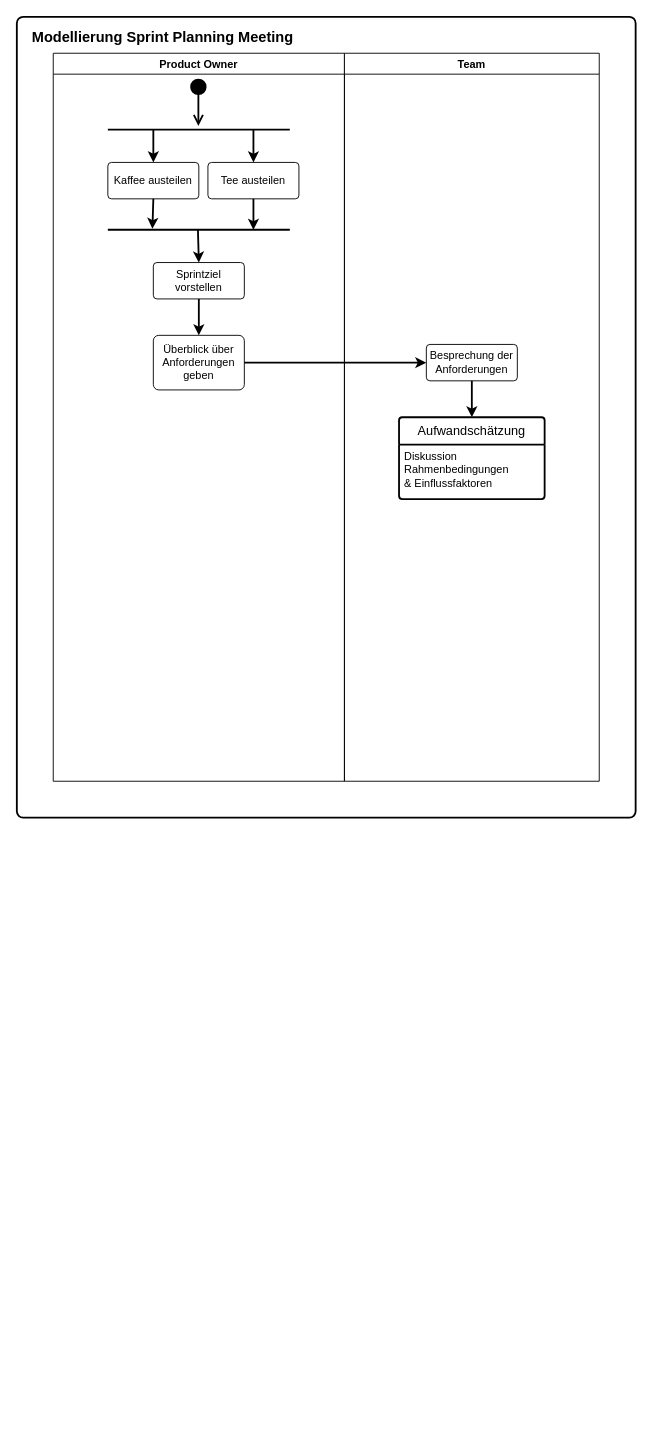
The draw.io diagram Uebung3/Aufgabe3.2.drawio in Software-Engineering-Team-HBRS/uebungsaufgaben, before the edit. Source tidied: cells renumbered, new cells numbered last; positions are measured from the earlier drawing's top-left corner, leaving out a move shared by most shapes. Both pictures are drawn from the tidied source at 91%, with x=0, y=0 at pixel (16, 16).
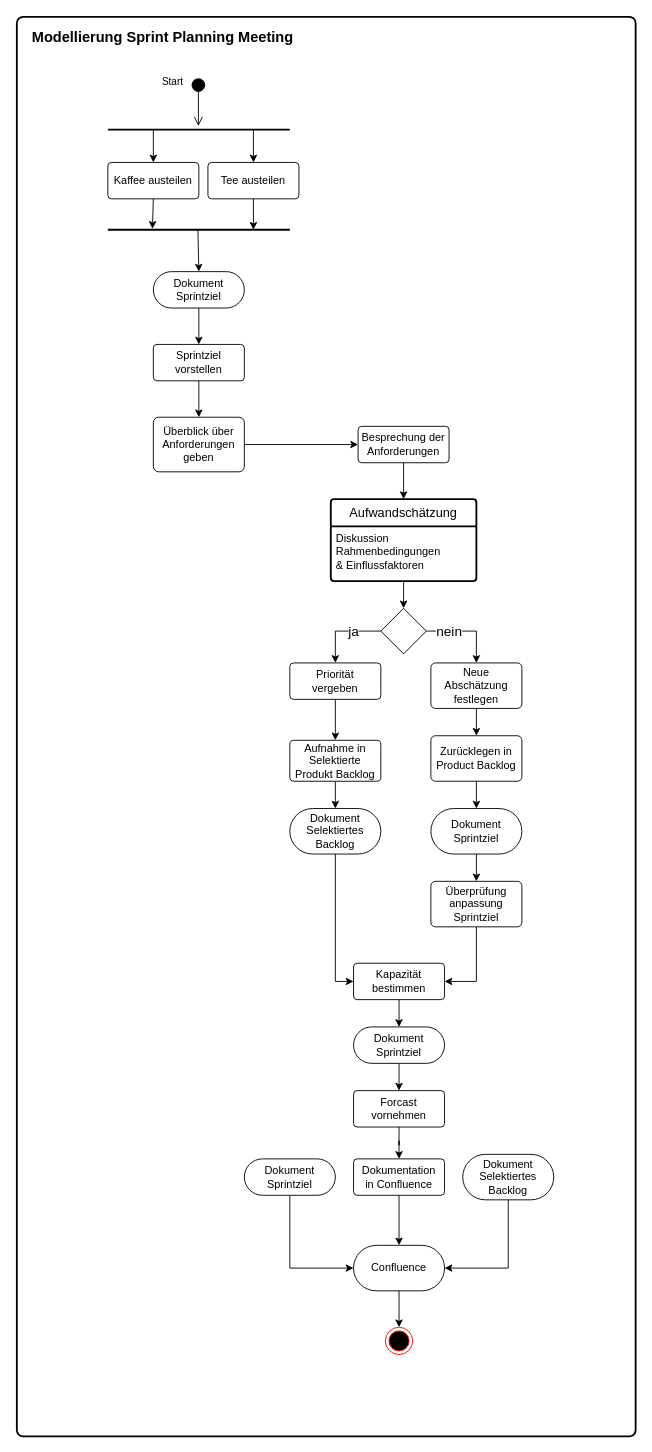
After the change.

What changed in the source:
```diff
@@
     <mxCell id="2" style="rounded=1;whiteSpace=wrap;html=1;absoluteArcSize=1;arcSize=14;strokeWidth=2;fillColor=none;" parent="1" vertex="1">
-      <mxGeometry width="680" height="880" as="geometry" />
+      <mxGeometry width="680" height="1560" as="geometry" />
     </mxCell>
-    <mxCell id="3" value="Product Owner" style="swimlane;" parent="1" vertex="1">
-      <mxGeometry x="40" y="40" width="320" height="800" as="geometry" />
-    </mxCell>
+    <mxCell id="12" value="&lt;font style=&quot;font-size: 16px;&quot;&gt;Modellierung Sprint Planning Meeting&lt;/font&gt;" style="text;strokeColor=none;fillColor=none;html=1;fontSize=24;fontStyle=1;verticalAlign=middle;align=center;" parent="1" vertex="1">
+      <mxGeometry x="110" width="100" height="40" as="geometry" />
+    </mxCell>
+    <mxCell id="13" value="Tee austeilen" style="rounded=1;arcSize=10;whiteSpace=wrap;html=1;align=center;" parent="1" vertex="1">
+      <mxGeometry x="210" y="160" width="100" height="40" as="geometry" />
+    </mxCell>
+    <mxCell id="14" style="endArrow=classic;html=1;rounded=0;entryX=0.5;entryY=0;entryDx=0;entryDy=0;strokeWidth=1;exitX=0.8;exitY=0.5;exitDx=0;exitDy=0;exitPerimeter=0;" parent="1" edge="1" source="9" target="13">
+      <mxGeometry relative="1" as="geometry" />
+    </mxCell>
+    <mxCell id="15" style="endArrow=classic;html=1;rounded=0;strokeWidth=1;exitX=0.5;exitY=1;exitDx=0;exitDy=0;entryX=0.8;entryY=0.5;entryDx=0;entryDy=0;entryPerimeter=0;" parent="1" edge="1" source="13" target="6">
+      <mxGeometry relative="1" as="geometry" />
+    </mxCell>
+    <mxCell id="17" value="&lt;div&gt;Überblick über &lt;br&gt;&lt;/div&gt;&lt;div&gt;Anforderungen&lt;/div&gt;&lt;div&gt;geben&lt;/div&gt;" style="rounded=1;arcSize=10;whiteSpace=wrap;html=1;align=center;" parent="1" vertex="1">
+      <mxGeometry x="150" y="440" width="100" height="60" as="geometry" />
+    </mxCell>
+    <mxCell id="18" style="endArrow=classic;html=1;rounded=0;strokeWidth=1;exitX=0.5;exitY=1;exitDx=0;exitDy=0;entryX=0.5;entryY=0;entryDx=0;entryDy=0;" parent="1" edge="1" source="10" target="17">
+      <mxGeometry relative="1" as="geometry" />
+    </mxCell>
+    <mxCell id="19" value="&lt;div&gt;Besprechung der&lt;/div&gt;&lt;div&gt;Anforderungen&lt;/div&gt;" style="rounded=1;arcSize=10;whiteSpace=wrap;html=1;align=center;" parent="1" vertex="1">
+      <mxGeometry x="375" y="450" width="100" height="40" as="geometry" />
+    </mxCell>
+    <mxCell id="20" style="endArrow=classic;html=1;rounded=0;strokeWidth=1;exitX=1;exitY=0.5;exitDx=0;exitDy=0;entryX=0;entryY=0.5;entryDx=0;entryDy=0;" parent="1" edge="1" source="17" target="19">
+      <mxGeometry relative="1" as="geometry" />
+    </mxCell>
+    <mxCell id="21" style="endArrow=classic;html=1;rounded=0;strokeWidth=1;exitX=0.5;exitY=1;exitDx=0;exitDy=0;entryX=0.5;entryY=0;entryDx=0;entryDy=0;" parent="1" edge="1" source="19">
+      <mxGeometry relative="1" as="geometry">
+        <mxPoint x="425" y="530" as="targetPoint" />
+      </mxGeometry>
+    </mxCell>
+    <mxCell id="22" value="Aufwandschätzung" style="swimlane;horizontal=1;startSize=30;rounded=1;fontSize=14;fontStyle=0;strokeWidth=2;shadow=0;dashed=0;align=center;arcSize=4;whiteSpace=wrap;html=1;" parent="1" vertex="1">
+      <mxGeometry x="345" y="530" width="160" height="90" as="geometry" />
+    </mxCell>
+    <mxCell id="23" value="&lt;div&gt;Diskussion&lt;/div&gt;&lt;div&gt;Rahmenbedingungen&lt;/div&gt;&lt;div&gt;&amp;amp; Einflussfaktoren&lt;/div&gt;" style="align=left;strokeColor=none;fillColor=none;spacingLeft=4;spacingRight=4;fontSize=12;verticalAlign=top;html=1;whiteSpace=wrap;" parent="22" vertex="1">
+      <mxGeometry y="30" width="160" height="60" as="geometry" />
+    </mxCell>
+    <mxCell id="24" style="endArrow=classic;html=1;rounded=0;strokeWidth=1;exitX=0.5;exitY=1;exitDx=0;exitDy=0;entryX=0.5;entryY=0;entryDx=0;entryDy=0;" parent="1" edge="1" source="23" target="29">
+      <mxGeometry relative="1" as="geometry" />
+    </mxCell>
+    <mxCell id="25" style="edgeStyle=orthogonalEdgeStyle;rounded=0;jettySize=auto;html=1;exitX=0.5;exitY=1;exitDx=0;exitDy=0;entryX=1;entryY=0.5;entryDx=0;entryDy=0;" parent="1" edge="1" source="26" target="45">
+      <mxGeometry relative="1" as="geometry" />
+    </mxCell>
+    <mxCell id="26" value="&lt;div&gt;Überprüfung anpassung&lt;/div&gt;&lt;div&gt;Sprintziel&lt;/div&gt;" style="rounded=1;arcSize=10;whiteSpace=wrap;html=1;align=center;" parent="1" vertex="1">
+      <mxGeometry x="455" y="950" width="100" height="50" as="geometry" />
+    </mxCell>
+    <mxCell id="27" value="ja" style="edgeStyle=orthogonalEdgeStyle;rounded=0;jettySize=auto;html=1;exitX=0;exitY=0.5;exitDx=0;exitDy=0;entryX=0.5;entryY=0;entryDx=0;entryDy=0;fontSize=15;" parent="1" edge="1" source="29" target="31">
+      <mxGeometry x="-0.29" relative="1" as="geometry" />
+    </mxCell>
+    <mxCell id="28" value="&lt;font style=&quot;font-size: 15px;&quot;&gt;nein&lt;/font&gt;" style="edgeStyle=orthogonalEdgeStyle;rounded=0;jettySize=auto;html=1;exitX=1;exitY=0.5;exitDx=0;exitDy=0;entryX=0.5;entryY=0;entryDx=0;entryDy=0;" parent="1" edge="1" source="29" target="33">
+      <mxGeometry x="-0.44" relative="1" as="geometry" />
+    </mxCell>
+    <mxCell id="29" style="rhombus;whiteSpace=wrap;html=1;" parent="1" vertex="1">
+      <mxGeometry x="400" y="650" width="50" height="50" as="geometry" />
+    </mxCell>
+    <mxCell id="30" style="edgeStyle=orthogonalEdgeStyle;rounded=0;jettySize=auto;html=1;exitX=0.5;exitY=1;exitDx=0;exitDy=0;entryX=0.5;entryY=0;entryDx=0;entryDy=0;" parent="1" edge="1" source="31" target="37">
+      <mxGeometry relative="1" as="geometry" />
+    </mxCell>
+    <mxCell id="31" value="&lt;div&gt;Priorität&lt;/div&gt;&lt;div&gt;vergeben&lt;/div&gt;" style="rounded=1;arcSize=10;whiteSpace=wrap;html=1;align=center;" parent="1" vertex="1">
+      <mxGeometry x="300" y="710" width="100" height="40" as="geometry" />
+    </mxCell>
+    <mxCell id="32" style="edgeStyle=orthogonalEdgeStyle;rounded=0;jettySize=auto;html=1;exitX=0.5;exitY=1;exitDx=0;exitDy=0;entryX=0.5;entryY=0;entryDx=0;entryDy=0;" parent="1" edge="1" source="33" target="35">
+      <mxGeometry relative="1" as="geometry" />
+    </mxCell>
+    <mxCell id="33" value="Neue Abschätzung festlegen" style="rounded=1;arcSize=10;whiteSpace=wrap;html=1;align=center;" parent="1" vertex="1">
+      <mxGeometry x="455" y="710" width="100" height="50" as="geometry" />
+    </mxCell>
+    <mxCell id="34" style="edgeStyle=orthogonalEdgeStyle;rounded=0;jettySize=auto;html=1;exitX=0.5;exitY=1;exitDx=0;exitDy=0;" parent="1" edge="1" source="35">
+      <mxGeometry relative="1" as="geometry">
+        <mxPoint x="505" y="870" as="targetPoint" />
+      </mxGeometry>
+    </mxCell>
+    <mxCell id="35" value="Zurücklegen in Product Backlog" style="rounded=1;arcSize=10;whiteSpace=wrap;html=1;align=center;" parent="1" vertex="1">
+      <mxGeometry x="455" y="790" width="100" height="50" as="geometry" />
+    </mxCell>
-    <mxCell id="4" value="Kaffee austeilen" style="rounded=1;arcSize=10;whiteSpace=wrap;html=1;align=center;" parent="3" vertex="1">
-      <mxGeometry x="60" y="120" width="100" height="40" as="geometry" />
+    <mxCell id="4" value="Kaffee austeilen" style="rounded=1;arcSize=10;whiteSpace=wrap;html=1;align=center;" parent="1" vertex="1">
+      <mxGeometry x="100" y="160" width="100" height="40" as="geometry" />
     </mxCell>
-    <mxCell id="5" style="endArrow=classic;html=1;rounded=0;entryX=0.5;entryY=0;entryDx=0;entryDy=0;exitX=0.25;exitY=0.5;exitDx=0;exitDy=0;exitPerimeter=0;strokeWidth=2;" parent="3" edge="1" source="9" target="4">
+    <mxCell id="5" style="endArrow=classic;html=1;rounded=0;entryX=0.5;entryY=0;entryDx=0;entryDy=0;exitX=0.25;exitY=0.5;exitDx=0;exitDy=0;exitPerimeter=0;strokeWidth=1;" parent="1" edge="1" source="9" target="4">
       <mxGeometry relative="1" as="geometry" />
     </mxCell>
-    <mxCell id="6" style="line;strokeWidth=2;fillColor=none;align=left;verticalAlign=middle;spacingTop=-1;spacingLeft=3;spacingRight=3;labelPosition=right;points=[];portConstraint=eastwest;strokeColor=inherit;" parent="3" vertex="1">
-      <mxGeometry x="60" y="190" width="200" height="8" as="geometry" />
+    <mxCell id="6" style="line;strokeWidth=2;fillColor=none;align=left;verticalAlign=middle;spacingTop=-1;spacingLeft=3;spacingRight=3;labelPosition=right;points=[];portConstraint=eastwest;strokeColor=inherit;" parent="1" vertex="1">
+      <mxGeometry x="100" y="230" width="200" height="8" as="geometry" />
     </mxCell>
-    <mxCell id="7" style="endArrow=classic;html=1;rounded=0;strokeWidth=2;exitX=0.5;exitY=1;exitDx=0;exitDy=0;entryX=0.245;entryY=0.375;entryDx=0;entryDy=0;entryPerimeter=0;" parent="3" edge="1" source="4" target="6">
+    <mxCell id="7" style="endArrow=classic;html=1;rounded=0;strokeWidth=1;exitX=0.5;exitY=1;exitDx=0;exitDy=0;entryX=0.245;entryY=0.375;entryDx=0;entryDy=0;entryPerimeter=0;" parent="1" edge="1" source="4" target="6">
       <mxGeometry relative="1" as="geometry" />
     </mxCell>
-    <mxCell id="8" style="html=1;verticalAlign=bottom;startArrow=circle;startFill=1;endArrow=open;startSize=6;endSize=8;curved=0;rounded=0;entryX=0.5;entryY=0.375;entryDx=0;entryDy=0;entryPerimeter=0;jumpSize=10;strokeWidth=2;" parent="3" edge="1">
-      <mxGeometry relative="1" as="geometry">
-        <mxPoint x="159.5" y="27" as="sourcePoint" />
-        <mxPoint x="159.5" y="80" as="targetPoint" />
+    <mxCell id="8" value="Start" style="html=1;verticalAlign=bottom;startArrow=circle;startFill=1;endArrow=open;startSize=6;endSize=8;curved=0;rounded=0;entryX=0.5;entryY=0.375;entryDx=0;entryDy=0;entryPerimeter=0;jumpSize=10;strokeWidth=1;" parent="1" edge="1">
+      <mxGeometry x="-0.51" y="-29" relative="1" as="geometry">
+        <mxPoint x="199.5" y="67" as="sourcePoint" />
+        <mxPoint x="199.5" y="120" as="targetPoint" />
       </mxGeometry>
     </mxCell>
-    <mxCell id="9" style="line;strokeWidth=2;fillColor=none;align=left;verticalAlign=middle;spacingTop=-1;spacingLeft=3;spacingRight=3;labelPosition=right;points=[];portConstraint=eastwest;strokeColor=inherit;" parent="3" vertex="1">
-      <mxGeometry x="60" y="80" width="200" height="8" as="geometry" />
+    <mxCell id="9" style="line;strokeWidth=2;fillColor=none;align=left;verticalAlign=middle;spacingTop=-1;spacingLeft=3;spacingRight=3;labelPosition=right;points=[];portConstraint=eastwest;strokeColor=inherit;" parent="1" vertex="1">
+      <mxGeometry x="100" y="120" width="200" height="8" as="geometry" />
     </mxCell>
-    <mxCell id="10" value="Sprintziel vorstellen" style="rounded=1;arcSize=10;whiteSpace=wrap;html=1;align=center;" parent="3" vertex="1">
-      <mxGeometry x="110" y="230" width="100" height="40" as="geometry" />
+    <mxCell id="10" value="Sprintziel vorstellen" style="rounded=1;arcSize=10;whiteSpace=wrap;html=1;align=center;" parent="1" vertex="1">
+      <mxGeometry x="150" y="360" width="100" height="40" as="geometry" />
     </mxCell>
-    <mxCell id="11" style="endArrow=classic;html=1;rounded=0;strokeWidth=2;exitX=0.495;exitY=0.5;exitDx=0;exitDy=0;exitPerimeter=0;entryX=0.5;entryY=0;entryDx=0;entryDy=0;" parent="3" edge="1" source="6" target="10">
-      <mxGeometry relative="1" as="geometry" />
+    <mxCell id="11" style="endArrow=classic;html=1;rounded=0;strokeWidth=1;exitX=0.495;exitY=0.5;exitDx=0;exitDy=0;exitPerimeter=0;" parent="1" edge="1" source="6">
+      <mxGeometry relative="1" as="geometry">
+        <mxPoint x="200" y="280" as="targetPoint" />
+      </mxGeometry>
     </mxCell>
-    <mxCell id="12" value="&lt;font style=&quot;font-size: 16px;&quot;&gt;Modellierung Sprint Planning Meeting&lt;/font&gt;" style="text;strokeColor=none;fillColor=none;html=1;fontSize=24;fontStyle=1;verticalAlign=middle;align=center;" parent="1" vertex="1">
-      <mxGeometry x="110" width="100" height="40" as="geometry" />
-    </mxCell>
-    <mxCell id="13" value="Tee austeilen" style="rounded=1;arcSize=10;whiteSpace=wrap;html=1;align=center;" parent="1" vertex="1">
-      <mxGeometry x="210" y="160" width="100" height="40" as="geometry" />
-    </mxCell>
-    <mxCell id="14" style="endArrow=classic;html=1;rounded=0;entryX=0.5;entryY=0;entryDx=0;entryDy=0;strokeWidth=2;exitX=0.8;exitY=0.5;exitDx=0;exitDy=0;exitPerimeter=0;" parent="1" edge="1" source="9" target="13">
-      <mxGeometry relative="1" as="geometry" />
-    </mxCell>
-    <mxCell id="15" style="endArrow=classic;html=1;rounded=0;strokeWidth=2;exitX=0.5;exitY=1;exitDx=0;exitDy=0;entryX=0.8;entryY=0.5;entryDx=0;entryDy=0;entryPerimeter=0;" parent="1" edge="1" source="13" target="6">
-      <mxGeometry relative="1" as="geometry" />
-    </mxCell>
-    <mxCell id="16" value="Team" style="swimlane;" parent="1" vertex="1">
-      <mxGeometry x="360" y="40" width="280" height="800" as="geometry" />
-    </mxCell>
-    <mxCell id="17" value="&lt;div&gt;Überblick über &lt;br&gt;&lt;/div&gt;&lt;div&gt;Anforderungen&lt;/div&gt;&lt;div&gt;geben&lt;/div&gt;" style="rounded=1;arcSize=10;whiteSpace=wrap;html=1;align=center;" parent="1" vertex="1">
-      <mxGeometry x="150" y="350" width="100" height="60" as="geometry" />
-    </mxCell>
-    <mxCell id="18" style="endArrow=classic;html=1;rounded=0;strokeWidth=2;exitX=0.5;exitY=1;exitDx=0;exitDy=0;entryX=0.5;entryY=0;entryDx=0;entryDy=0;" parent="1" edge="1" source="10" target="17">
-      <mxGeometry relative="1" as="geometry" />
-    </mxCell>
-    <mxCell id="19" value="&lt;div&gt;Besprechung der&lt;/div&gt;&lt;div&gt;Anforderungen&lt;/div&gt;" style="rounded=1;arcSize=10;whiteSpace=wrap;html=1;align=center;" parent="1" vertex="1">
-      <mxGeometry x="450" y="360" width="100" height="40" as="geometry" />
-    </mxCell>
-    <mxCell id="20" style="endArrow=classic;html=1;rounded=0;strokeWidth=2;exitX=1;exitY=0.5;exitDx=0;exitDy=0;entryX=0;entryY=0.5;entryDx=0;entryDy=0;" parent="1" edge="1" source="17" target="19">
-      <mxGeometry relative="1" as="geometry" />
-    </mxCell>
-    <mxCell id="21" style="endArrow=classic;html=1;rounded=0;strokeWidth=2;exitX=0.5;exitY=1;exitDx=0;exitDy=0;entryX=0.5;entryY=0;entryDx=0;entryDy=0;" parent="1" edge="1" source="19">
-      <mxGeometry relative="1" as="geometry">
-        <mxPoint x="500" y="440" as="targetPoint" />
-      </mxGeometry>
-    </mxCell>
-    <mxCell id="22" value="Aufwandschätzung" style="swimlane;horizontal=1;startSize=30;rounded=1;fontSize=14;fontStyle=0;strokeWidth=2;shadow=0;dashed=0;align=center;arcSize=4;whiteSpace=wrap;html=1;" parent="1" vertex="1">
-      <mxGeometry x="420" y="440" width="160" height="90" as="geometry" />
-    </mxCell>
-    <mxCell id="23" value="&lt;div&gt;Diskussion&lt;/div&gt;&lt;div&gt;Rahmenbedingungen&lt;/div&gt;&lt;div&gt;&amp;amp; Einflussfaktoren&lt;/div&gt;" style="align=left;strokeColor=none;fillColor=none;spacingLeft=4;spacingRight=4;fontSize=12;verticalAlign=top;html=1;whiteSpace=wrap;" parent="22" vertex="1">
-      <mxGeometry y="30" width="160" height="60" as="geometry" />
-    </mxCell>
+    <mxCell id="36" style="edgeStyle=orthogonalEdgeStyle;rounded=0;jettySize=auto;html=1;exitX=0.5;exitY=1;exitDx=0;exitDy=0;entryX=0.5;entryY=0;entryDx=0;entryDy=0;" parent="1" edge="1" source="37" target="41">
+      <mxGeometry relative="1" as="geometry" />
+    </mxCell>
+    <mxCell id="37" value="Aufnahme in Selektierte Produkt Backlog" style="rounded=1;arcSize=10;whiteSpace=wrap;html=1;align=center;" parent="1" vertex="1">
+      <mxGeometry x="300" y="795" width="100" height="45" as="geometry" />
+    </mxCell>
+    <mxCell id="38" style="edgeStyle=orthogonalEdgeStyle;rounded=0;jettySize=auto;html=1;exitX=0.5;exitY=1;exitDx=0;exitDy=0;entryX=0.5;entryY=0;entryDx=0;entryDy=0;" parent="1" edge="1" source="39" target="10">
+      <mxGeometry relative="1" as="geometry" />
+    </mxCell>
+    <mxCell id="39" value="&lt;div&gt;Dokument&lt;/div&gt;&lt;div&gt;Sprintziel&lt;/div&gt;" style="rounded=1;arcSize=50;whiteSpace=wrap;html=1;align=center;" parent="1" vertex="1">
+      <mxGeometry x="150" y="280" width="100" height="40" as="geometry" />
+    </mxCell>
+    <mxCell id="40" style="edgeStyle=orthogonalEdgeStyle;rounded=0;jettySize=auto;html=1;exitX=0.5;exitY=1;exitDx=0;exitDy=0;entryX=0;entryY=0.5;entryDx=0;entryDy=0;" parent="1" edge="1" source="41" target="45">
+      <mxGeometry relative="1" as="geometry" />
+    </mxCell>
+    <mxCell id="41" value="&lt;div&gt;Dokument&lt;/div&gt;&lt;div&gt;Selektiertes Backlog&lt;/div&gt;" style="rounded=1;arcSize=50;whiteSpace=wrap;html=1;align=center;" parent="1" vertex="1">
+      <mxGeometry x="300" y="870" width="100" height="50" as="geometry" />
+    </mxCell>
+    <mxCell id="42" style="edgeStyle=orthogonalEdgeStyle;rounded=0;jettySize=auto;html=1;exitX=0.5;exitY=1;exitDx=0;exitDy=0;entryX=0.5;entryY=0;entryDx=0;entryDy=0;" parent="1" edge="1" source="43" target="26">
+      <mxGeometry relative="1" as="geometry" />
+    </mxCell>
+    <mxCell id="43" value="&lt;div&gt;Dokument&lt;/div&gt;&lt;div&gt;Sprintziel&lt;/div&gt;" style="rounded=1;arcSize=50;whiteSpace=wrap;html=1;align=center;" parent="1" vertex="1">
+      <mxGeometry x="455" y="870" width="100" height="50" as="geometry" />
+    </mxCell>
+    <mxCell id="44" style="edgeStyle=orthogonalEdgeStyle;rounded=0;jettySize=auto;html=1;exitX=0.5;exitY=1;exitDx=0;exitDy=0;entryX=0.5;entryY=0;entryDx=0;entryDy=0;" parent="1" edge="1" source="45" target="47">
+      <mxGeometry relative="1" as="geometry" />
+    </mxCell>
+    <mxCell id="45" value="Kapazität bestimmen" style="rounded=1;arcSize=10;whiteSpace=wrap;html=1;align=center;" parent="1" vertex="1">
+      <mxGeometry x="370" y="1040" width="100" height="40" as="geometry" />
+    </mxCell>
+    <mxCell id="46" style="edgeStyle=orthogonalEdgeStyle;rounded=0;jettySize=auto;html=1;exitX=0.5;exitY=1;exitDx=0;exitDy=0;entryX=0.5;entryY=0;entryDx=0;entryDy=0;" parent="1" edge="1" source="47" target="49">
+      <mxGeometry relative="1" as="geometry" />
+    </mxCell>
+    <mxCell id="47" value="&lt;div&gt;Dokument&lt;/div&gt;&lt;div&gt;Sprintziel&lt;/div&gt;" style="rounded=1;arcSize=50;whiteSpace=wrap;html=1;align=center;" parent="1" vertex="1">
+      <mxGeometry x="370" y="1110" width="100" height="40" as="geometry" />
+    </mxCell>
+    <mxCell id="48" style="edgeStyle=orthogonalEdgeStyle;rounded=0;jettySize=auto;html=1;exitX=0.5;exitY=1;exitDx=0;exitDy=0;" parent="1" edge="1" source="49" target="55">
+      <mxGeometry relative="1" as="geometry" />
+    </mxCell>
+    <mxCell id="49" value="Forcast vornehmen" style="rounded=1;arcSize=10;whiteSpace=wrap;html=1;align=center;" parent="1" vertex="1">
+      <mxGeometry x="370" y="1180" width="100" height="40" as="geometry" />
+    </mxCell>
+    <mxCell id="50" style="edgeStyle=orthogonalEdgeStyle;rounded=0;jettySize=auto;html=1;exitX=0.5;exitY=1;exitDx=0;exitDy=0;entryX=1;entryY=0.5;entryDx=0;entryDy=0;" parent="1" edge="1" source="51" target="57">
+      <mxGeometry relative="1" as="geometry" />
+    </mxCell>
+    <mxCell id="51" value="&lt;div&gt;Dokument&lt;/div&gt;&lt;div&gt;Selektiertes Backlog&lt;/div&gt;" style="rounded=1;arcSize=50;whiteSpace=wrap;html=1;align=center;" parent="1" vertex="1">
+      <mxGeometry x="490" y="1250" width="100" height="50" as="geometry" />
+    </mxCell>
+    <mxCell id="52" style="edgeStyle=orthogonalEdgeStyle;rounded=0;jettySize=auto;html=1;exitX=0.5;exitY=1;exitDx=0;exitDy=0;entryX=0;entryY=0.5;entryDx=0;entryDy=0;" parent="1" edge="1" source="53" target="57">
+      <mxGeometry relative="1" as="geometry" />
+    </mxCell>
+    <mxCell id="53" value="&lt;div&gt;Dokument&lt;/div&gt;&lt;div&gt;Sprintziel&lt;/div&gt;" style="rounded=1;arcSize=50;whiteSpace=wrap;html=1;align=center;" parent="1" vertex="1">
+      <mxGeometry x="250" y="1255" width="100" height="40" as="geometry" />
+    </mxCell>
+    <mxCell id="54" style="edgeStyle=orthogonalEdgeStyle;rounded=0;jettySize=auto;html=1;exitX=0.5;exitY=1;exitDx=0;exitDy=0;entryX=0.5;entryY=0;entryDx=0;entryDy=0;" parent="1" edge="1" source="55" target="57">
+      <mxGeometry relative="1" as="geometry" />
+    </mxCell>
+    <mxCell id="55" value="&lt;div&gt;Dokumentation&lt;/div&gt;&lt;div&gt;in Confluence&lt;/div&gt;" style="rounded=1;arcSize=10;whiteSpace=wrap;html=1;align=center;" parent="1" vertex="1">
+      <mxGeometry x="370" y="1255" width="100" height="40" as="geometry" />
+    </mxCell>
+    <mxCell id="56" style="edgeStyle=orthogonalEdgeStyle;rounded=0;jettySize=auto;html=1;exitX=0.5;exitY=1;exitDx=0;exitDy=0;entryX=0.5;entryY=0;entryDx=0;entryDy=0;" parent="1" edge="1" source="57" target="58">
+      <mxGeometry relative="1" as="geometry" />
+    </mxCell>
+    <mxCell id="57" value="&lt;div&gt;Confluence&lt;/div&gt;" style="rounded=1;arcSize=50;whiteSpace=wrap;html=1;align=center;" parent="1" vertex="1">
+      <mxGeometry x="370" y="1350" width="100" height="50" as="geometry" />
+    </mxCell>
+    <mxCell id="58" style="ellipse;html=1;shape=endState;fillColor=#000000;strokeColor=light-dark(#FF0000,#FFFFFF);" parent="1" vertex="1">
+      <mxGeometry x="405" y="1440" width="30" height="30" as="geometry" />
+    </mxCell>
```
